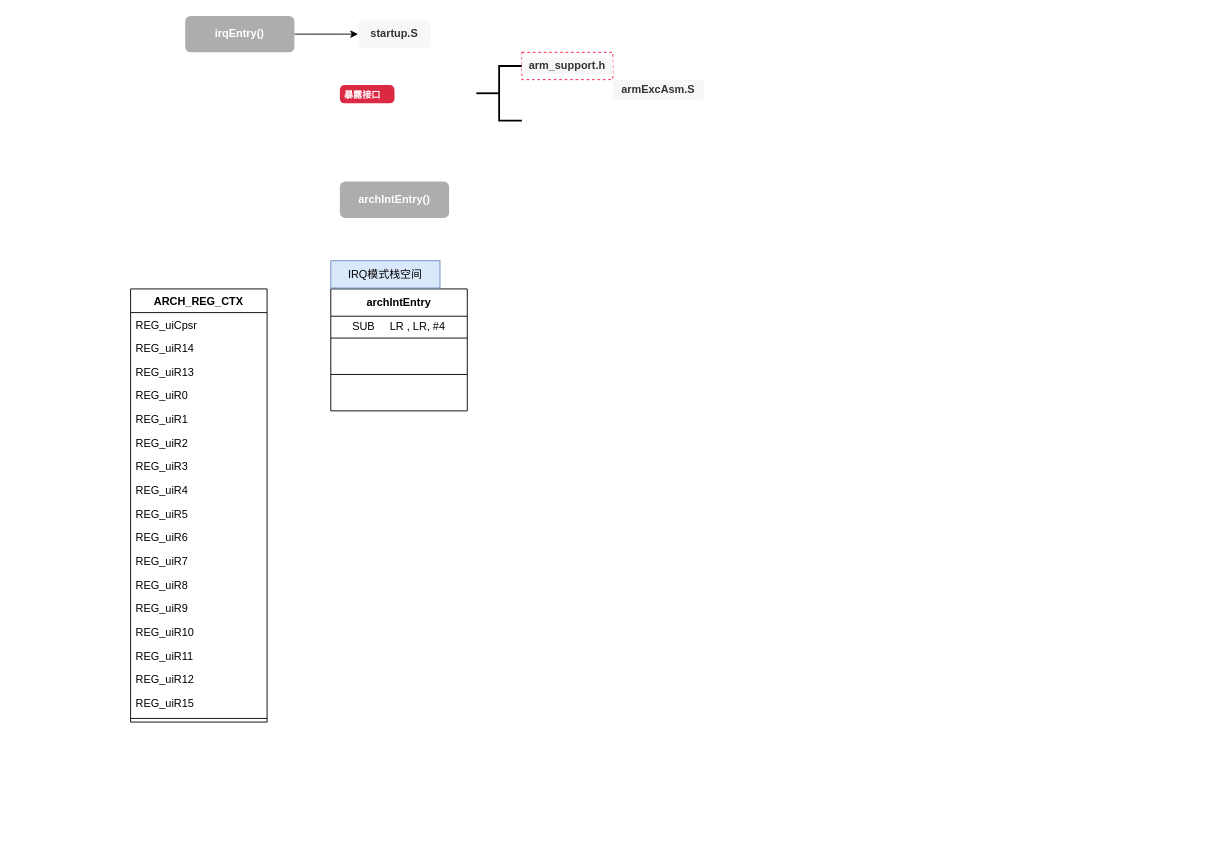
This is draw/SylixOS中断处理流程.drawio from peng-fan/drawio, a draw.io file, before an edit. Source tidied: cells renumbered, new cells numbered last; positions are measured from the earlier drawing's top-left corner, leaving out a move shared by most shapes. Both pictures are drawn from the tidied source at 91%, with x=0, y=0 at pixel (130, 15).
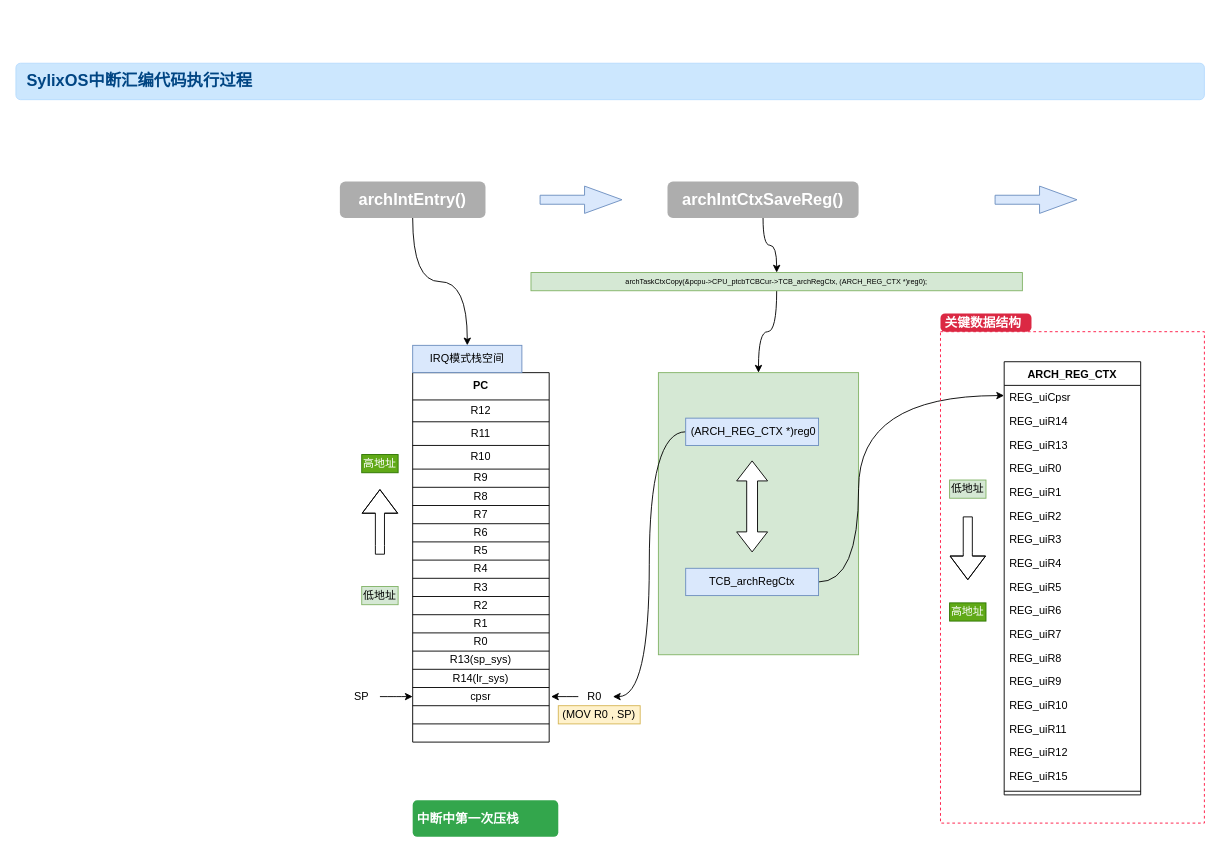
The same page after the edit.

Commit message (it also covers changes not shown here):
Update SylixOS中断处理流程.drawio

The change refers to these unchanged cells:
```xml
<mxCell id="11" style="shape=partialRectangle;html=1;whiteSpace=wrap;fillColor=none;top=0;left=0;bottom=0;right=0;" parent="10" vertex="1">
  <mxGeometry y="30" width="150" height="24" as="geometry" />
</mxCell>
```

Change to the diagram source:
```diff
@@
-    <mxCell id="2" style="edgeStyle=orthogonalEdgeStyle;curved=1;rounded=0;sketch=0;jettySize=auto;html=1;shadow=0;startArrow=none;startFill=0;endArrow=classic;endFill=1;fontSize=12;fontColor=#000000;" parent="1" edge="1" source="3" target="4">
-      <mxGeometry relative="1" as="geometry" />
-    </mxCell>
-    <mxCell id="3" value="&lt;b&gt;&lt;font color=&quot;#ffffff&quot;&gt;irqEntry()&lt;/font&gt;&lt;/b&gt;" style="rounded=1;whiteSpace=wrap;html=1;glass=0;sketch=0;align=center;fillColor=#ADADAD;strokeColor=none;" parent="1" vertex="1">
-      <mxGeometry x="60" width="120" height="40" as="geometry" />
-    </mxCell>
-    <mxCell id="4" value="&lt;b&gt;&lt;font style=&quot;background-color: rgb(248 , 247 , 247)&quot; color=&quot;#333333&quot;&gt;startup.S&lt;/font&gt;&lt;/b&gt;" style="text;html=1;strokeColor=none;align=center;verticalAlign=middle;whiteSpace=wrap;rounded=1;glass=0;sketch=0;fillColor=#F8F7F7;" parent="1" vertex="1">
-      <mxGeometry x="250" y="5" width="80" height="30" as="geometry" />
-    </mxCell>
+    <mxCell id="40" style="rounded=0;whiteSpace=wrap;html=1;fontSize=18;fillColor=#d5e8d4;strokeColor=#82b366;" parent="1" vertex="1">
+      <mxGeometry x="580" y="392" width="220" height="310" as="geometry" />
+    </mxCell>
+    <mxCell id="41" style="edgeStyle=orthogonalEdgeStyle;jettySize=auto;html=1;curved=1;" parent="1" edge="1" source="5" target="36">
+      <mxGeometry relative="1" as="geometry" />
+    </mxCell>
-    <mxCell id="5" value="&lt;font color=&quot;#ffffff&quot;&gt;&lt;b&gt;archIntEntry()&lt;/b&gt;&lt;/font&gt;" style="rounded=1;whiteSpace=wrap;html=1;glass=0;sketch=0;align=center;fillColor=#ADADAD;strokeColor=none;" parent="1" vertex="1">
-      <mxGeometry x="230" y="182" width="120" height="40" as="geometry" />
+    <mxCell id="5" value="&lt;font color=&quot;#ffffff&quot; style=&quot;font-size: 18px;&quot;&gt;&lt;b style=&quot;font-size: 18px;&quot;&gt;archIntEntry()&lt;/b&gt;&lt;/font&gt;" style="rounded=1;whiteSpace=wrap;html=1;glass=0;sketch=0;align=center;fillColor=#ADADAD;strokeColor=none;fontSize=18;" parent="1" vertex="1">
+      <mxGeometry x="230" y="182" width="160" height="40" as="geometry" />
     </mxCell>
-    <mxCell id="6" value="&lt;font color=&quot;#333333&quot;&gt;&lt;b&gt;armExcAsm.S&lt;/b&gt;&lt;/font&gt;" style="text;html=1;strokeColor=none;align=center;verticalAlign=middle;whiteSpace=wrap;rounded=1;glass=0;sketch=0;fillColor=#F8F7F7;" parent="1" vertex="1">
-      <mxGeometry x="530" y="70" width="100" height="22" as="geometry" />
-    </mxCell>
-    <mxCell id="7" style="group;rounded=1;" parent="1" vertex="1">
-      <mxGeometry x="230" y="76" width="100" height="50" as="geometry" />
-    </mxCell>
-    <mxCell id="8" style="group;" parent="7" vertex="1">
-      <mxGeometry width="100" height="50" as="geometry" />
-    </mxCell>
-    <mxCell id="9" value="&lt;font style=&quot;font-size: 10px&quot;&gt;暴露接口&lt;/font&gt;" style="html=1;shadow=0;dashed=0;shape=mxgraph.bootstrap.rrect;rSize=5;strokeColor=none;strokeWidth=1;fillColor=#DB2843;fontColor=#FFFFFF;whiteSpace=wrap;align=left;verticalAlign=middle;spacingLeft=0;fontStyle=1;fontSize=14;spacing=5;rounded=0;glass=0;labelBackgroundColor=none;sketch=0;" parent="8" vertex="1">
-      <mxGeometry width="60" height="20" as="geometry" />
-    </mxCell>
+    <mxCell id="42" style="group;" parent="1" vertex="1">
+      <mxGeometry x="310" y="362" width="150" height="396" as="geometry" />
+    </mxCell>
-    <mxCell id="10" value="archIntEntry" style="shape=table;html=1;whiteSpace=wrap;startSize=30;childLayout=tableLayout;fontStyle=1;align=center;" parent="1" vertex="1">
-      <mxGeometry x="220" y="300" width="150" height="134" as="geometry" />
+    <mxCell id="10" value="PC" style="shape=table;html=1;whiteSpace=wrap;startSize=30;childLayout=tableLayout;fontStyle=1;align=center;" parent="42" vertex="1">
+      <mxGeometry y="30" width="150" height="406" as="geometry" />
     </mxCell>
@@
-    <mxCell id="12" value="SUB&amp;nbsp; &amp;nbsp; &amp;nbsp;LR , LR, #4" style="shape=partialRectangle;html=1;whiteSpace=wrap;fillColor=none;top=0;left=0;bottom=0;right=0;overflow=hidden;" parent="11" vertex="1">
+    <mxCell id="12" value="R12" style="shape=partialRectangle;html=1;whiteSpace=wrap;fillColor=none;top=0;left=0;bottom=0;right=0;overflow=hidden;" parent="11" vertex="1">
       <mxGeometry width="150" height="24" as="geometry" />
     </mxCell>
     <mxCell id="13" style="shape=partialRectangle;html=1;whiteSpace=wrap;fillColor=none;top=0;left=0;bottom=0;right=0;" parent="10" vertex="1">
-      <mxGeometry y="54" width="150" height="40" as="geometry" />
+      <mxGeometry y="54" width="150" height="26" as="geometry" />
     </mxCell>
-    <mxCell id="14" style="shape=partialRectangle;html=1;whiteSpace=wrap;fillColor=none;top=0;left=0;bottom=0;right=0;overflow=hidden;" parent="13" vertex="1">
-      <mxGeometry width="150" height="40" as="geometry" />
+    <mxCell id="14" value="&lt;span&gt;R11&lt;/span&gt;" style="shape=partialRectangle;html=1;whiteSpace=wrap;fillColor=none;top=0;left=0;bottom=0;right=0;overflow=hidden;" parent="13" vertex="1">
+      <mxGeometry width="150" height="26" as="geometry" />
     </mxCell>
+    <mxCell id="43" style="shape=partialRectangle;html=1;whiteSpace=wrap;fillColor=none;top=0;left=0;bottom=0;right=0;" parent="10" vertex="1">
+      <mxGeometry y="80" width="150" height="26" as="geometry" />
+    </mxCell>
+    <mxCell id="44" value="&lt;span&gt;R10&lt;/span&gt;" style="shape=partialRectangle;html=1;whiteSpace=wrap;fillColor=none;top=0;left=0;bottom=0;right=0;overflow=hidden;" parent="43" vertex="1">
+      <mxGeometry width="150" height="26" as="geometry" />
+    </mxCell>
     <mxCell id="15" style="shape=partialRectangle;html=1;whiteSpace=wrap;fillColor=none;top=0;left=0;bottom=0;right=0;" parent="10" vertex="1">
-      <mxGeometry y="94" width="150" height="40" as="geometry" />
+      <mxGeometry y="106" width="150" height="20" as="geometry" />
     </mxCell>
-    <mxCell id="16" style="shape=partialRectangle;html=1;whiteSpace=wrap;fillColor=none;top=0;left=0;bottom=0;right=0;overflow=hidden;" parent="15" vertex="1">
-      <mxGeometry width="150" height="40" as="geometry" />
+    <mxCell id="16" value="R9" style="shape=partialRectangle;html=1;whiteSpace=wrap;fillColor=none;top=0;left=0;bottom=0;right=0;overflow=hidden;" parent="15" vertex="1">
+      <mxGeometry width="150" height="20" as="geometry" />
     </mxCell>
+    <mxCell id="45" style="shape=partialRectangle;html=1;whiteSpace=wrap;fillColor=none;top=0;left=0;bottom=0;right=0;" parent="10" vertex="1">
+      <mxGeometry y="126" width="150" height="20" as="geometry" />
+    </mxCell>
+    <mxCell id="46" value="R8" style="shape=partialRectangle;html=1;whiteSpace=wrap;fillColor=none;top=0;left=0;bottom=0;right=0;overflow=hidden;" parent="45" vertex="1">
+      <mxGeometry width="150" height="20" as="geometry" />
+    </mxCell>
+    <mxCell id="47" style="shape=partialRectangle;html=1;whiteSpace=wrap;fillColor=none;top=0;left=0;bottom=0;right=0;" parent="10" vertex="1">
+      <mxGeometry y="146" width="150" height="20" as="geometry" />
+    </mxCell>
+    <mxCell id="48" value="R7" style="shape=partialRectangle;html=1;whiteSpace=wrap;fillColor=none;top=0;left=0;bottom=0;right=0;overflow=hidden;" parent="47" vertex="1">
+      <mxGeometry width="150" height="20" as="geometry" />
+    </mxCell>
+    <mxCell id="49" style="shape=partialRectangle;html=1;whiteSpace=wrap;fillColor=none;top=0;left=0;bottom=0;right=0;" parent="10" vertex="1">
+      <mxGeometry y="166" width="150" height="20" as="geometry" />
+    </mxCell>
+    <mxCell id="50" value="R6" style="shape=partialRectangle;html=1;whiteSpace=wrap;fillColor=none;top=0;left=0;bottom=0;right=0;overflow=hidden;" parent="49" vertex="1">
+      <mxGeometry width="150" height="20" as="geometry" />
+    </mxCell>
+    <mxCell id="51" style="shape=partialRectangle;html=1;whiteSpace=wrap;fillColor=none;top=0;left=0;bottom=0;right=0;" parent="10" vertex="1">
+      <mxGeometry y="186" width="150" height="20" as="geometry" />
+    </mxCell>
+    <mxCell id="52" value="R5" style="shape=partialRectangle;html=1;whiteSpace=wrap;fillColor=none;top=0;left=0;bottom=0;right=0;overflow=hidden;" parent="51" vertex="1">
+      <mxGeometry width="150" height="20" as="geometry" />
+    </mxCell>
+    <mxCell id="53" style="shape=partialRectangle;html=1;whiteSpace=wrap;fillColor=none;top=0;left=0;bottom=0;right=0;" parent="10" vertex="1">
+      <mxGeometry y="206" width="150" height="20" as="geometry" />
+    </mxCell>
+    <mxCell id="54" value="R4" style="shape=partialRectangle;html=1;whiteSpace=wrap;fillColor=none;top=0;left=0;bottom=0;right=0;overflow=hidden;" parent="53" vertex="1">
+      <mxGeometry width="150" height="20" as="geometry" />
+    </mxCell>
+    <mxCell id="55" style="shape=partialRectangle;html=1;whiteSpace=wrap;fillColor=none;top=0;left=0;bottom=0;right=0;" parent="10" vertex="1">
+      <mxGeometry y="226" width="150" height="20" as="geometry" />
+    </mxCell>
+    <mxCell id="56" value="R3" style="shape=partialRectangle;html=1;whiteSpace=wrap;fillColor=none;top=0;left=0;bottom=0;right=0;overflow=hidden;" parent="55" vertex="1">
+      <mxGeometry width="150" height="20" as="geometry" />
+    </mxCell>
+    <mxCell id="57" style="shape=partialRectangle;html=1;whiteSpace=wrap;fillColor=none;top=0;left=0;bottom=0;right=0;" parent="10" vertex="1">
+      <mxGeometry y="246" width="150" height="20" as="geometry" />
+    </mxCell>
+    <mxCell id="58" value="R2" style="shape=partialRectangle;html=1;whiteSpace=wrap;fillColor=none;top=0;left=0;bottom=0;right=0;overflow=hidden;" parent="57" vertex="1">
+      <mxGeometry width="150" height="20" as="geometry" />
+    </mxCell>
+    <mxCell id="59" style="shape=partialRectangle;html=1;whiteSpace=wrap;fillColor=none;top=0;left=0;bottom=0;right=0;" parent="10" vertex="1">
+      <mxGeometry y="266" width="150" height="20" as="geometry" />
+    </mxCell>
+    <mxCell id="60" value="R1" style="shape=partialRectangle;html=1;whiteSpace=wrap;fillColor=none;top=0;left=0;bottom=0;right=0;overflow=hidden;" parent="59" vertex="1">
+      <mxGeometry width="150" height="20" as="geometry" />
+    </mxCell>
+    <mxCell id="61" style="shape=partialRectangle;html=1;whiteSpace=wrap;fillColor=none;top=0;left=0;bottom=0;right=0;" parent="10" vertex="1">
+      <mxGeometry y="286" width="150" height="20" as="geometry" />
+    </mxCell>
+    <mxCell id="62" value="R0" style="shape=partialRectangle;html=1;whiteSpace=wrap;fillColor=none;top=0;left=0;bottom=0;right=0;overflow=hidden;" parent="61" vertex="1">
+      <mxGeometry width="150" height="20" as="geometry" />
+    </mxCell>
+    <mxCell id="63" style="shape=partialRectangle;html=1;whiteSpace=wrap;fillColor=none;top=0;left=0;bottom=0;right=0;" parent="10" vertex="1">
+      <mxGeometry y="306" width="150" height="20" as="geometry" />
+    </mxCell>
+    <mxCell id="64" value="R13(sp_sys)" style="shape=partialRectangle;html=1;whiteSpace=wrap;fillColor=none;top=0;left=0;bottom=0;right=0;overflow=hidden;" parent="63" vertex="1">
+      <mxGeometry width="150" height="20" as="geometry" />
+    </mxCell>
+    <mxCell id="65" style="shape=partialRectangle;html=1;whiteSpace=wrap;fillColor=none;top=0;left=0;bottom=0;right=0;" parent="10" vertex="1">
+      <mxGeometry y="326" width="150" height="20" as="geometry" />
+    </mxCell>
+    <mxCell id="66" value="R14(lr_sys)" style="shape=partialRectangle;html=1;whiteSpace=wrap;fillColor=none;top=0;left=0;bottom=0;right=0;overflow=hidden;" parent="65" vertex="1">
+      <mxGeometry width="150" height="20" as="geometry" />
+    </mxCell>
+    <mxCell id="67" style="shape=partialRectangle;html=1;whiteSpace=wrap;fillColor=none;top=0;left=0;bottom=0;right=0;points=[[0,0.5],[1,0.5]];portConstraint=eastwest;" parent="10" vertex="1">
+      <mxGeometry y="346" width="150" height="20" as="geometry" />
+    </mxCell>
+    <mxCell id="68" value="cpsr" style="shape=partialRectangle;html=1;whiteSpace=wrap;fillColor=none;top=0;left=0;bottom=0;right=0;overflow=hidden;" parent="67" vertex="1">
+      <mxGeometry width="150" height="20" as="geometry" />
+    </mxCell>
+    <mxCell id="69" style="shape=partialRectangle;html=1;whiteSpace=wrap;fillColor=none;top=0;left=0;bottom=0;right=0;" parent="10" vertex="1">
+      <mxGeometry y="366" width="150" height="20" as="geometry" />
+    </mxCell>
+    <mxCell id="70" style="shape=partialRectangle;html=1;whiteSpace=wrap;fillColor=none;top=0;left=0;bottom=0;right=0;overflow=hidden;" parent="69" vertex="1">
+      <mxGeometry width="150" height="20" as="geometry" />
+    </mxCell>
+    <mxCell id="71" style="shape=partialRectangle;html=1;whiteSpace=wrap;fillColor=none;top=0;left=0;bottom=0;right=0;" parent="10" vertex="1">
+      <mxGeometry y="386" width="150" height="20" as="geometry" />
+    </mxCell>
+    <mxCell id="72" style="shape=partialRectangle;html=1;whiteSpace=wrap;fillColor=none;top=0;left=0;bottom=0;right=0;overflow=hidden;" parent="71" vertex="1">
+      <mxGeometry width="150" height="20" as="geometry" />
+    </mxCell>
+    <mxCell id="36" value="IRQ模式栈空间" style="rounded=0;whiteSpace=wrap;html=1;fillColor=#dae8fc;strokeColor=#6c8ebf;" parent="42" vertex="1">
+      <mxGeometry width="120" height="30" as="geometry" />
+    </mxCell>
+    <mxCell id="73" style="shape=flexArrow;endArrow=classic;html=1;endWidth=28;endSize=8.33;" parent="1" edge="1">
+      <mxGeometry relative="1" as="geometry">
+        <mxPoint x="274" y="592" as="sourcePoint" />
+        <mxPoint x="274" y="520" as="targetPoint" />
+        <Array as="points">
+          <mxPoint x="274" y="582" />
+        </Array>
+      </mxGeometry>
+    </mxCell>
+    <mxCell id="74" value="低地址" style="text;html=1;strokeColor=#82b366;fillColor=#d5e8d4;align=center;verticalAlign=middle;whiteSpace=wrap;rounded=0;" parent="1" vertex="1">
+      <mxGeometry x="254" y="627" width="40" height="20" as="geometry" />
+    </mxCell>
+    <mxCell id="75" value="高地址" style="text;html=1;strokeColor=#2D7600;fillColor=#60a917;align=center;verticalAlign=middle;whiteSpace=wrap;rounded=0;fontColor=#ffffff;" parent="1" vertex="1">
+      <mxGeometry x="254" y="482" width="40" height="20" as="geometry" />
+    </mxCell>
+    <mxCell id="76" value="中断中第一次压栈" style="html=1;shadow=0;dashed=0;shape=mxgraph.bootstrap.rrect;rSize=5;strokeColor=none;strokeWidth=1;fillColor=#33A64C;fontColor=#FFFFFF;whiteSpace=wrap;align=left;verticalAlign=middle;spacingLeft=0;fontStyle=1;fontSize=14;spacing=5;" parent="1" vertex="1">
+      <mxGeometry x="310" y="862" width="160" height="40" as="geometry" />
+    </mxCell>
+    <mxCell id="77" style="edgeStyle=orthogonalEdgeStyle;curved=1;jettySize=auto;html=1;entryX=0;entryY=0.5;entryDx=0;entryDy=0;" parent="1" edge="1" source="78" target="67">
+      <mxGeometry relative="1" as="geometry" />
+    </mxCell>
+    <mxCell id="78" value="SP" style="text;html=1;strokeColor=none;fillColor=none;align=center;verticalAlign=middle;whiteSpace=wrap;rounded=0;" parent="1" vertex="1">
+      <mxGeometry x="234" y="738" width="40" height="20" as="geometry" />
+    </mxCell>
+    <mxCell id="79" style="edgeStyle=orthogonalEdgeStyle;curved=1;orthogonalLoop=1;jettySize=auto;html=1;exitX=0;exitY=0.5;exitDx=0;exitDy=0;" parent="1" edge="1">
+      <mxGeometry relative="1" as="geometry">
+        <mxPoint x="492" y="748" as="sourcePoint" />
+        <mxPoint x="462" y="748" as="targetPoint" />
+      </mxGeometry>
+    </mxCell>
+    <mxCell id="80" value="R0" style="text;html=1;strokeColor=none;fillColor=none;align=center;verticalAlign=middle;whiteSpace=wrap;rounded=0;" parent="1" vertex="1">
+      <mxGeometry x="490" y="738" width="40" height="20" as="geometry" />
+    </mxCell>
+    <mxCell id="81" value="(MOV R0 , SP)" style="text;html=1;strokeColor=#d6b656;fillColor=#fff2cc;align=center;verticalAlign=middle;whiteSpace=wrap;rounded=0;" parent="1" vertex="1">
+      <mxGeometry x="470" y="758" width="90" height="20" as="geometry" />
+    </mxCell>
+    <mxCell id="82" value="SylixOS中断汇编代码执行过程" style="html=1;shadow=0;dashed=0;shape=mxgraph.bootstrap.rrect;rSize=5;strokeColor=#B8DCFE;strokeWidth=1;fillColor=#CCE7FE;fontColor=#004583;whiteSpace=wrap;align=left;verticalAlign=middle;spacingLeft=10;fontSize=18;fontStyle=1;" parent="1" vertex="1">
+      <mxGeometry x="-126" y="52" width="1306" height="40" as="geometry" />
+    </mxCell>
+    <mxCell id="83" style="edgeStyle=orthogonalEdgeStyle;curved=1;jettySize=auto;html=1;fontSize=8;" parent="1" edge="1" source="84" target="99">
+      <mxGeometry relative="1" as="geometry" />
+    </mxCell>
+    <mxCell id="84" value="&lt;font color=&quot;#ffffff&quot; style=&quot;font-size: 18px;&quot;&gt;&lt;b style=&quot;font-size: 18px;&quot;&gt;archIntCtxSaveReg()&lt;/b&gt;&lt;/font&gt;" style="rounded=1;whiteSpace=wrap;html=1;glass=0;sketch=0;align=center;fillColor=#ADADAD;strokeColor=none;fontSize=18;" parent="1" vertex="1">
+      <mxGeometry x="590" y="182" width="210" height="40" as="geometry" />
+    </mxCell>
+    <mxCell id="85" style="edgeStyle=orthogonalEdgeStyle;curved=1;jettySize=auto;html=1;entryX=1;entryY=0.5;entryDx=0;entryDy=0;fontSize=18;" parent="1" edge="1" source="86" target="80">
+      <mxGeometry relative="1" as="geometry" />
+    </mxCell>
+    <mxCell id="86" value="&lt;span style=&quot;font-family: &amp;#34;helvetica&amp;#34; ; text-align: left&quot;&gt;&amp;nbsp;&lt;/span&gt;&lt;span style=&quot;font-family: &amp;#34;helvetica&amp;#34; ; text-align: left&quot;&gt;(ARCH_REG_CTX *)reg0&lt;/span&gt;" style="rounded=0;whiteSpace=wrap;html=1;fillColor=#dae8fc;strokeColor=#6c8ebf;" parent="1" vertex="1">
+      <mxGeometry x="610" y="442" width="146" height="30" as="geometry" />
+    </mxCell>
+    <mxCell id="87" style="edgeStyle=orthogonalEdgeStyle;curved=1;jettySize=auto;html=1;entryX=0.241;entryY=0.13;entryDx=0;entryDy=0;entryPerimeter=0;fontSize=18;" parent="1" edge="1" source="88" target="38">
+      <mxGeometry relative="1" as="geometry">
+        <Array as="points">
+          <mxPoint x="800" y="622" />
+          <mxPoint x="800" y="417" />
+        </Array>
+      </mxGeometry>
+    </mxCell>
+    <mxCell id="88" value="&lt;span style=&quot;text-align: left&quot;&gt;TCB_archRegCtx&lt;/span&gt;" style="rounded=0;whiteSpace=wrap;html=1;fillColor=#dae8fc;strokeColor=#6c8ebf;" parent="1" vertex="1">
+      <mxGeometry x="610" y="607" width="146" height="30" as="geometry" />
+    </mxCell>
+    <mxCell id="89" style="group;" parent="1" vertex="1">
+      <mxGeometry x="890" y="327" width="290" height="560" as="geometry" />
+    </mxCell>
-    <mxCell id="17" value="ARCH_REG_CTX" style="swimlane;fontStyle=1;align=center;verticalAlign=top;horizontal=1;startSize=26;" parent="1" vertex="1">
-      <mxGeometry y="300" width="150" height="476" as="geometry" />
+    <mxCell id="17" value="ARCH_REG_CTX" style="swimlane;fontStyle=1;align=center;verticalAlign=top;horizontal=1;startSize=26;" parent="89" vertex="1">
+      <mxGeometry x="70" y="53" width="150" height="476" as="geometry" />
     </mxCell>
@@
-    <mxCell id="36" value="IRQ模式栈空间" style="rounded=0;whiteSpace=wrap;html=1;fillColor=#dae8fc;strokeColor=#6c8ebf;" parent="1" vertex="1">
-      <mxGeometry x="220" y="269" width="120" height="30" as="geometry" />
-    </mxCell>
-    <mxCell id="37" style="strokeWidth=2;html=1;shape=mxgraph.flowchart.annotation_2;align=left;labelPosition=right;rounded=0;glass=0;labelBackgroundColor=none;sketch=0;fillColor=none;gradientColor=none;fontSize=12;fontColor=#000000;" parent="1" vertex="1">
-      <mxGeometry x="380" y="55" width="50" height="60" as="geometry" />
-    </mxCell>
+    <mxCell id="90" style="shape=flexArrow;endArrow=classic;html=1;endWidth=28;endSize=8.33;" parent="89" edge="1">
+      <mxGeometry relative="1" as="geometry">
+        <mxPoint x="30" y="223" as="sourcePoint" />
+        <mxPoint x="30" y="293" as="targetPoint" />
+        <Array as="points">
+          <mxPoint x="30" y="263" />
+        </Array>
+      </mxGeometry>
+    </mxCell>
+    <mxCell id="91" value="低地址" style="text;html=1;strokeColor=#82b366;fillColor=#d5e8d4;align=center;verticalAlign=middle;whiteSpace=wrap;rounded=0;" parent="89" vertex="1">
+      <mxGeometry x="10" y="183" width="40" height="20" as="geometry" />
+    </mxCell>
+    <mxCell id="92" value="高地址" style="text;html=1;strokeColor=#2D7600;fillColor=#60a917;align=center;verticalAlign=middle;whiteSpace=wrap;rounded=0;fontColor=#ffffff;" parent="89" vertex="1">
+      <mxGeometry x="10" y="318" width="40" height="20" as="geometry" />
+    </mxCell>
+    <mxCell id="93" style="group;" parent="89" vertex="1">
+      <mxGeometry width="290" height="560" as="geometry" />
+    </mxCell>
-    <mxCell id="38" style="whiteSpace=wrap;html=1;rounded=0;glass=0;labelBackgroundColor=none;sketch=0;gradientColor=none;fontSize=12;fontColor=#000000;align=left;dashed=1;fillColor=none;strokeColor=#FF1241;" parent="1" vertex="1">
-      <mxGeometry x="430" y="40" width="100" height="30" as="geometry" />
+    <mxCell id="38" style="whiteSpace=wrap;html=1;rounded=0;glass=0;labelBackgroundColor=none;sketch=0;gradientColor=none;fontSize=12;fontColor=#000000;align=left;dashed=1;fillColor=none;strokeColor=#FF1241;" parent="93" vertex="1">
+      <mxGeometry y="20" width="290" height="540" as="geometry" />
     </mxCell>
-    <mxCell id="39" value="&lt;b&gt;&lt;font style=&quot;background-color: rgb(248 , 247 , 247)&quot; color=&quot;#333333&quot;&gt;arm_support.h&lt;/font&gt;&lt;/b&gt;" style="text;html=1;strokeColor=none;align=center;verticalAlign=middle;whiteSpace=wrap;rounded=0;glass=0;sketch=0;fillColor=#F8F7F7;" parent="1" vertex="1">
-      <mxGeometry x="430" y="46" width="100" height="18" as="geometry" />
-    </mxCell>
+    <mxCell id="94" value="关键数据结构" style="html=1;shadow=0;dashed=0;shape=mxgraph.bootstrap.rrect;rSize=5;strokeColor=none;strokeWidth=1;fillColor=#DB2843;fontColor=#FFFFFF;whiteSpace=wrap;align=left;verticalAlign=middle;spacingLeft=0;fontStyle=1;fontSize=14;spacing=5;" parent="93" vertex="1">
+      <mxGeometry width="100" height="20" as="geometry" />
+    </mxCell>
+    <mxCell id="95" style="html=1;shadow=0;dashed=0;align=center;verticalAlign=middle;shape=mxgraph.arrows2.twoWayArrow;dy=0.65;dx=22;fontSize=18;rotation=90;" parent="1" vertex="1">
+      <mxGeometry x="633" y="522" width="100" height="34" as="geometry" />
+    </mxCell>
+    <mxCell id="96" style="html=1;shadow=0;dashed=0;align=center;verticalAlign=middle;shape=mxgraph.arrows2.arrow;dy=0.67;dx=41.14;notch=0;fillColor=#dae8fc;strokeColor=#6c8ebf;" parent="1" vertex="1">
+      <mxGeometry x="450" y="187" width="90" height="30" as="geometry" />
+    </mxCell>
+    <mxCell id="97" style="html=1;shadow=0;dashed=0;align=center;verticalAlign=middle;shape=mxgraph.arrows2.arrow;dy=0.67;dx=41.14;notch=0;fillColor=#dae8fc;strokeColor=#6c8ebf;" parent="1" vertex="1">
+      <mxGeometry x="950" y="187" width="90" height="30" as="geometry" />
+    </mxCell>
+    <mxCell id="98" style="edgeStyle=orthogonalEdgeStyle;curved=1;jettySize=auto;html=1;entryX=0.5;entryY=0;entryDx=0;entryDy=0;fontSize=8;" parent="1" edge="1" source="99" target="40">
+      <mxGeometry relative="1" as="geometry" />
+    </mxCell>
+    <mxCell id="99" value="&lt;span style=&quot;text-align: left&quot;&gt;archTaskCtxCopy(&amp;amp;pcpu-&amp;gt;CPU_ptcbTCBCur-&amp;gt;TCB_archRegCtx, (ARCH_REG_CTX *)reg0);&lt;/span&gt;" style="text;html=1;strokeColor=#82b366;fillColor=#d5e8d4;align=center;verticalAlign=middle;whiteSpace=wrap;rounded=0;fontSize=8;" parent="1" vertex="1">
+      <mxGeometry x="440" y="282" width="540" height="20" as="geometry" />
+    </mxCell>
```
